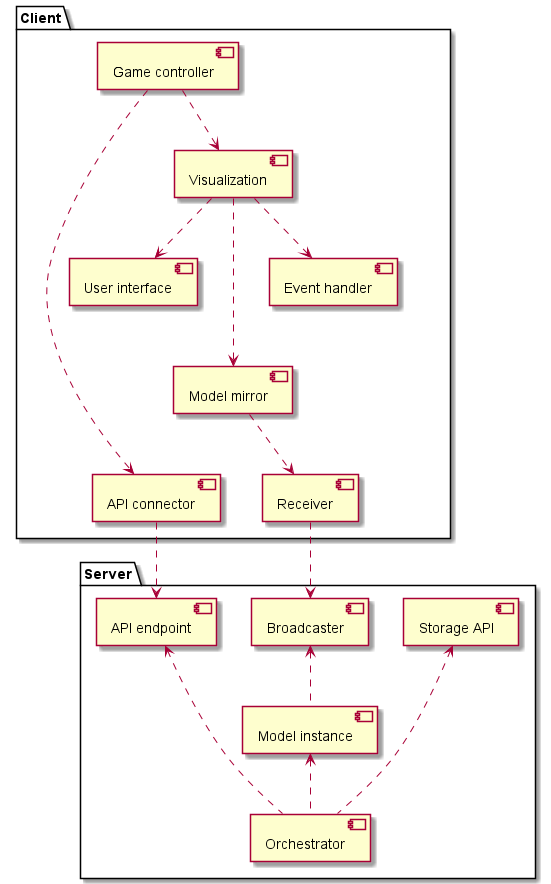
Before: Development/Component/ClientServer.png, a diagram exported from PlantUML (SWA-group-1/PlantUML).
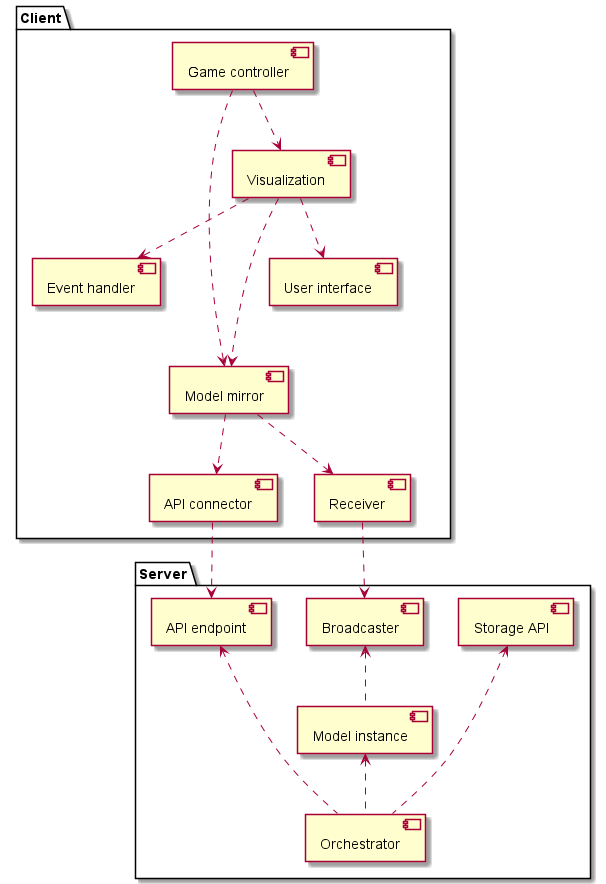
Later version of the same file.

Commit message:
Controller should communicate with Model mirror, not API connector. #7

Change to the diagram source:
```diff
@@ -25,7 +25,7 @@
     component "User interface" as ui
 
     controller .down.> visualization
-    controller .down.> connector
+    controller .down.> mirror
     visualization .down.> event
     visualization .down.> mirror
     visualization -[hidden]down- receiver
@@ -36,7 +36,7 @@
     ui -[hidden]- mirror
     ui -[hidden]- receiver
     ui -[hidden]- connector
-    mirror -[hidden]- connector
+    mirror ..> connector
     mirror ..> receiver
 }
 
```
